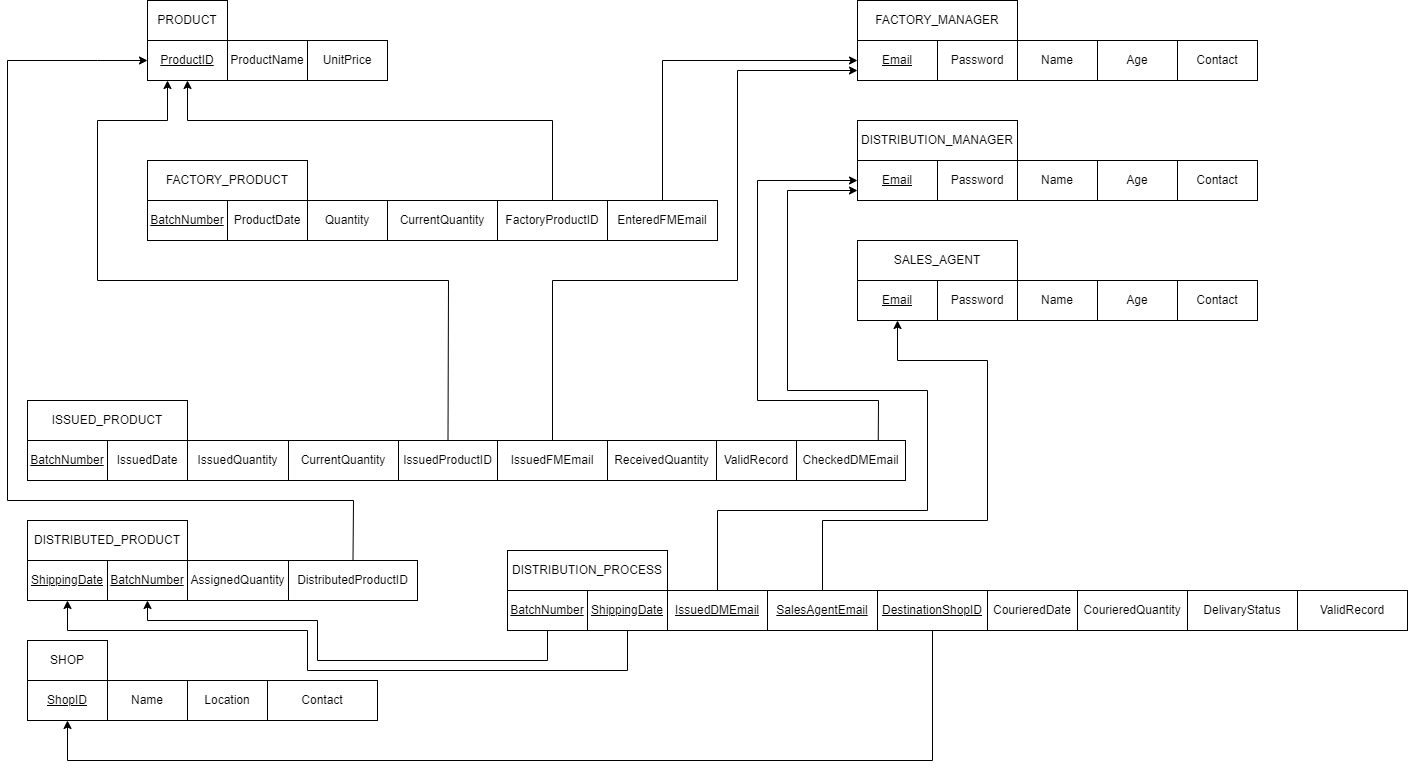
Above: database/relationalModel.png in cepdnaclk/e17-6sp-Automated_Computerised_System (draw.io), before the change. Source tidied: cells renumbered, new cells last; positions are measured from the earlier drawing's top-left corner, leaving out a move shared by most shapes.
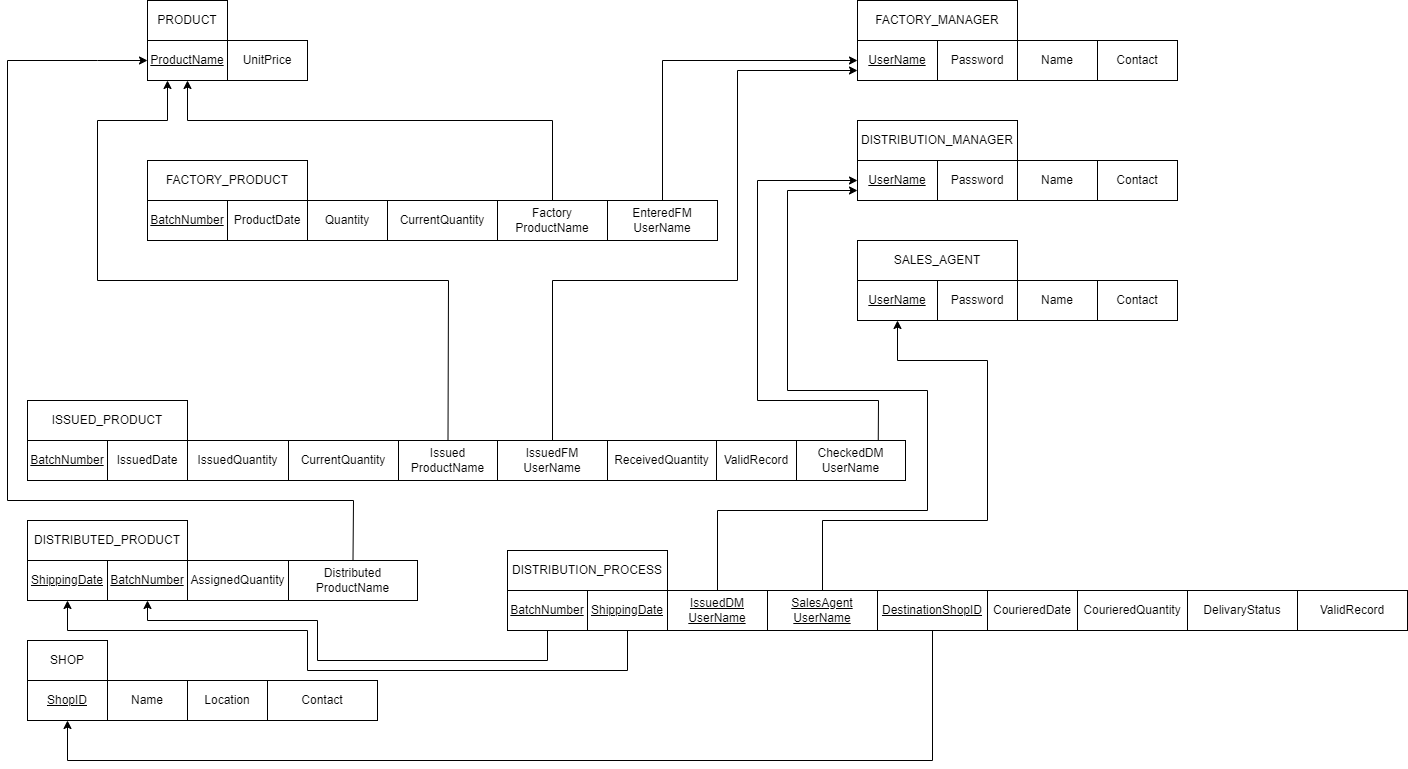
After the commit.

Commit message:
ER diagram & relational model were updated

What changed in the source:
```diff
@@ -6,16 +6,13 @@
       <mxGeometry x="140" width="80" height="40" as="geometry" />
     </mxCell>
     <mxCell id="3" style="whiteSpace=wrap;html=1;align=center;" parent="1" vertex="1">
-      <mxGeometry x="140" y="40" width="240" height="40" as="geometry" />
+      <mxGeometry x="140" y="40" width="160" height="40" as="geometry" />
     </mxCell>
-    <mxCell id="4" value="&lt;u&gt;ProductID&lt;/u&gt;" style="whiteSpace=wrap;html=1;align=center;" parent="1" vertex="1">
+    <mxCell id="4" value="&lt;u&gt;ProductName&lt;/u&gt;" style="whiteSpace=wrap;html=1;align=center;" parent="1" vertex="1">
       <mxGeometry x="140" y="40" width="80" height="40" as="geometry" />
     </mxCell>
-    <mxCell id="5" value="ProductName" style="whiteSpace=wrap;html=1;align=center;" parent="1" vertex="1">
-      <mxGeometry x="220" y="40" width="80" height="40" as="geometry" />
-    </mxCell>
     <mxCell id="6" value="UnitPrice" style="whiteSpace=wrap;html=1;align=center;" parent="1" vertex="1">
-      <mxGeometry x="300" y="40" width="80" height="40" as="geometry" />
+      <mxGeometry x="220" y="40" width="80" height="40" as="geometry" />
     </mxCell>
     <mxCell id="7" value="FACTORY_PRODUCT" style="whiteSpace=wrap;html=1;align=center;" parent="1" vertex="1">
       <mxGeometry x="140" y="160" width="160" height="40" as="geometry" />
@@ -35,7 +32,7 @@
     <mxCell id="12" value="CurrentQuantity" style="whiteSpace=wrap;html=1;align=center;" parent="1" vertex="1">
       <mxGeometry x="380" y="200" width="110" height="40" as="geometry" />
     </mxCell>
-    <mxCell id="13" value="FactoryProductID" style="whiteSpace=wrap;html=1;align=center;" parent="1" vertex="1">
+    <mxCell id="13" value="Factory&lt;br&gt;ProductName" style="whiteSpace=wrap;html=1;align=center;" parent="1" vertex="1">
       <mxGeometry x="490" y="200" width="110" height="40" as="geometry" />
     </mxCell>
     <mxCell id="14" style="endArrow=classic;html=1;rounded=0;exitX=0.5;exitY=0;exitDx=0;exitDy=0;entryX=0.5;entryY=1;entryDx=0;entryDy=0;" parent="1" edge="1" source="13" target="4">
@@ -50,9 +47,9 @@
       <mxGeometry x="850" width="160" height="40" as="geometry" />
     </mxCell>
     <mxCell id="16" style="whiteSpace=wrap;html=1;align=center;" parent="1" vertex="1">
-      <mxGeometry x="850" y="40" width="400" height="40" as="geometry" />
+      <mxGeometry x="850" y="40" width="320" height="40" as="geometry" />
     </mxCell>
-    <mxCell id="17" value="&lt;u&gt;Email&lt;/u&gt;" style="whiteSpace=wrap;html=1;align=center;" parent="1" vertex="1">
+    <mxCell id="17" value="&lt;u&gt;UserName&lt;/u&gt;" style="whiteSpace=wrap;html=1;align=center;" parent="1" vertex="1">
       <mxGeometry x="850" y="40" width="80" height="40" as="geometry" />
     </mxCell>
     <mxCell id="18" value="Password" style="whiteSpace=wrap;html=1;align=center;" parent="1" vertex="1">
@@ -61,19 +58,16 @@
     <mxCell id="19" value="Name" style="whiteSpace=wrap;html=1;align=center;" parent="1" vertex="1">
       <mxGeometry x="1010" y="40" width="80" height="40" as="geometry" />
     </mxCell>
-    <mxCell id="20" value="Age" style="whiteSpace=wrap;html=1;align=center;" parent="1" vertex="1">
-      <mxGeometry x="1090" y="40" width="80" height="40" as="geometry" />
-    </mxCell>
     <mxCell id="21" value="Contact" style="whiteSpace=wrap;html=1;align=center;" parent="1" vertex="1">
-      <mxGeometry x="1170" y="40" width="80" height="40" as="geometry" />
+      <mxGeometry x="1090" y="40" width="80" height="40" as="geometry" />
     </mxCell>
     <mxCell id="22" value="SALES_AGENT" style="whiteSpace=wrap;html=1;align=center;" parent="1" vertex="1">
       <mxGeometry x="850" y="240" width="160" height="40" as="geometry" />
     </mxCell>
     <mxCell id="23" style="whiteSpace=wrap;html=1;align=center;" parent="1" vertex="1">
-      <mxGeometry x="850" y="280" width="400" height="40" as="geometry" />
+      <mxGeometry x="850" y="280" width="320" height="40" as="geometry" />
     </mxCell>
-    <mxCell id="24" value="&lt;u&gt;Email&lt;/u&gt;" style="whiteSpace=wrap;html=1;align=center;" parent="1" vertex="1">
+    <mxCell id="24" value="&lt;u&gt;UserName&lt;/u&gt;" style="whiteSpace=wrap;html=1;align=center;" parent="1" vertex="1">
       <mxGeometry x="850" y="280" width="80" height="40" as="geometry" />
     </mxCell>
     <mxCell id="25" value="Password" style="whiteSpace=wrap;html=1;align=center;" parent="1" vertex="1">
@@ -82,19 +76,16 @@
     <mxCell id="26" value="Name" style="whiteSpace=wrap;html=1;align=center;" parent="1" vertex="1">
       <mxGeometry x="1010" y="280" width="80" height="40" as="geometry" />
     </mxCell>
-    <mxCell id="27" value="Age" style="whiteSpace=wrap;html=1;align=center;" parent="1" vertex="1">
-      <mxGeometry x="1090" y="280" width="80" height="40" as="geometry" />
-    </mxCell>
     <mxCell id="28" value="Contact" style="whiteSpace=wrap;html=1;align=center;" parent="1" vertex="1">
-      <mxGeometry x="1170" y="280" width="80" height="40" as="geometry" />
+      <mxGeometry x="1090" y="280" width="80" height="40" as="geometry" />
     </mxCell>
     <mxCell id="29" value="DISTRIBUTION_MANAGER" style="whiteSpace=wrap;html=1;align=center;" parent="1" vertex="1">
       <mxGeometry x="850" y="120" width="160" height="40" as="geometry" />
     </mxCell>
     <mxCell id="30" style="whiteSpace=wrap;html=1;align=center;" parent="1" vertex="1">
-      <mxGeometry x="850" y="160" width="400" height="40" as="geometry" />
+      <mxGeometry x="850" y="160" width="320" height="40" as="geometry" />
     </mxCell>
-    <mxCell id="31" value="&lt;u&gt;Email&lt;/u&gt;" style="whiteSpace=wrap;html=1;align=center;" parent="1" vertex="1">
+    <mxCell id="31" value="&lt;u&gt;UserName&lt;/u&gt;" style="whiteSpace=wrap;html=1;align=center;" parent="1" vertex="1">
       <mxGeometry x="850" y="160" width="80" height="40" as="geometry" />
     </mxCell>
     <mxCell id="32" value="Password" style="whiteSpace=wrap;html=1;align=center;" parent="1" vertex="1">
@@ -103,11 +94,8 @@
     <mxCell id="33" value="Name" style="whiteSpace=wrap;html=1;align=center;" parent="1" vertex="1">
       <mxGeometry x="1010" y="160" width="80" height="40" as="geometry" />
     </mxCell>
-    <mxCell id="34" value="Age" style="whiteSpace=wrap;html=1;align=center;" parent="1" vertex="1">
-      <mxGeometry x="1090" y="160" width="80" height="40" as="geometry" />
-    </mxCell>
     <mxCell id="35" value="Contact" style="whiteSpace=wrap;html=1;align=center;" parent="1" vertex="1">
-      <mxGeometry x="1170" y="160" width="80" height="40" as="geometry" />
+      <mxGeometry x="1090" y="160" width="80" height="40" as="geometry" />
     </mxCell>
     <mxCell id="36" style="endArrow=classic;html=1;rounded=0;exitX=0.5;exitY=0;exitDx=0;exitDy=0;entryX=0;entryY=0.5;entryDx=0;entryDy=0;" parent="1" edge="1" source="45" target="17">
       <mxGeometry relative="1" as="geometry">
@@ -134,13 +122,13 @@
     <mxCell id="42" value="CurrentQuantity" style="whiteSpace=wrap;html=1;align=center;" parent="1" vertex="1">
       <mxGeometry x="281" y="440" width="110" height="40" as="geometry" />
     </mxCell>
-    <mxCell id="43" value="IssuedProductID" style="whiteSpace=wrap;html=1;align=center;" parent="1" vertex="1">
+    <mxCell id="43" value="Issued&lt;br&gt;ProductName" style="whiteSpace=wrap;html=1;align=center;" parent="1" vertex="1">
       <mxGeometry x="391" y="440" width="99" height="40" as="geometry" />
     </mxCell>
-    <mxCell id="44" value="IssuedFMEmail" style="whiteSpace=wrap;html=1;align=center;" parent="1" vertex="1">
+    <mxCell id="44" value="IssuedFM&lt;br&gt;UserName" style="whiteSpace=wrap;html=1;align=center;" parent="1" vertex="1">
       <mxGeometry x="490" y="440" width="110" height="40" as="geometry" />
     </mxCell>
-    <mxCell id="45" value="EnteredFMEmail" style="whiteSpace=wrap;html=1;align=center;" parent="1" vertex="1">
+    <mxCell id="45" value="EnteredFM&lt;br&gt;UserName" style="whiteSpace=wrap;html=1;align=center;" parent="1" vertex="1">
       <mxGeometry x="600" y="200" width="110" height="40" as="geometry" />
     </mxCell>
     <mxCell id="46" style="endArrow=classic;html=1;rounded=0;exitX=0.5;exitY=0;exitDx=0;exitDy=0;entryX=0.25;entryY=1;entryDx=0;entryDy=0;" parent="1" edge="1" source="43" target="4">
@@ -168,7 +156,7 @@
     <mxCell id="49" value="ValidRecord" style="whiteSpace=wrap;html=1;align=center;" parent="1" vertex="1">
       <mxGeometry x="709" y="440" width="80" height="40" as="geometry" />
     </mxCell>
-    <mxCell id="50" value="CheckedDMEmail" style="whiteSpace=wrap;html=1;align=center;" parent="1" vertex="1">
+    <mxCell id="50" value="CheckedDM&lt;br&gt;UserName" style="whiteSpace=wrap;html=1;align=center;" parent="1" vertex="1">
       <mxGeometry x="789" y="440" width="109" height="40" as="geometry" />
     </mxCell>
     <mxCell id="51" style="endArrow=classic;html=1;rounded=0;exitX=0.75;exitY=0;exitDx=0;exitDy=0;entryX=0;entryY=0.5;entryDx=0;entryDy=0;" parent="1" edge="1" source="50" target="31">
@@ -195,7 +183,7 @@
     <mxCell id="56" value="AssignedQuantity" style="whiteSpace=wrap;html=1;align=center;" parent="1" vertex="1">
       <mxGeometry x="180" y="560" width="101" height="40" as="geometry" />
     </mxCell>
-    <mxCell id="57" value="DistributedProductID" style="whiteSpace=wrap;html=1;align=center;" parent="1" vertex="1">
+    <mxCell id="57" value="Distributed&lt;br&gt;ProductName" style="whiteSpace=wrap;html=1;align=center;" parent="1" vertex="1">
       <mxGeometry x="281" y="560" width="129" height="40" as="geometry" />
     </mxCell>
     <mxCell id="58" style="endArrow=classic;html=1;rounded=0;entryX=0;entryY=0.5;entryDx=0;entryDy=0;exitX=0.5;exitY=0;exitDx=0;exitDy=0;" parent="1" edge="1" source="57" target="4">
@@ -238,10 +226,10 @@
     <mxCell id="68" value="&lt;u&gt;ShippingDate&lt;/u&gt;" style="whiteSpace=wrap;html=1;align=center;" parent="1" vertex="1">
       <mxGeometry x="580" y="590" width="80" height="40" as="geometry" />
     </mxCell>
-    <mxCell id="69" value="&lt;u&gt;IssuedDMEmail&lt;/u&gt;" style="whiteSpace=wrap;html=1;align=center;" parent="1" vertex="1">
+    <mxCell id="69" value="&lt;u&gt;IssuedDM&lt;br&gt;UserName&lt;br&gt;&lt;/u&gt;" style="whiteSpace=wrap;html=1;align=center;" parent="1" vertex="1">
       <mxGeometry x="660" y="590" width="100" height="40" as="geometry" />
     </mxCell>
-    <mxCell id="70" value="&lt;u&gt;SalesAgentEmail&lt;/u&gt;" style="whiteSpace=wrap;html=1;align=center;" parent="1" vertex="1">
+    <mxCell id="70" value="&lt;u&gt;SalesAgent&lt;br&gt;UserName&lt;br&gt;&lt;/u&gt;" style="whiteSpace=wrap;html=1;align=center;" parent="1" vertex="1">
       <mxGeometry x="760" y="590" width="110" height="40" as="geometry" />
     </mxCell>
     <mxCell id="71" value="&lt;u&gt;DestinationShopID&lt;/u&gt;" style="whiteSpace=wrap;html=1;align=center;" parent="1" vertex="1">
```
